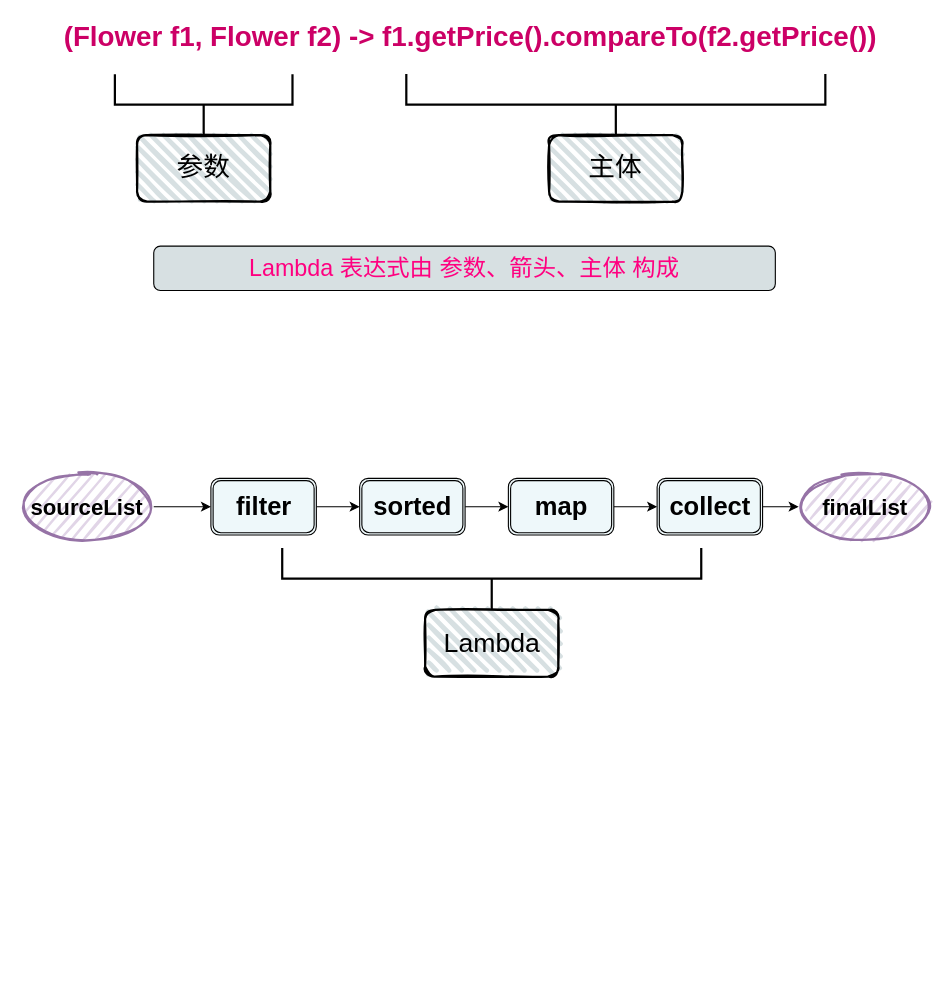
Before: Lambda.drawio in C-wx/MindManager, a draw.io diagram. Source tidied: cells renumbered, new cells numbered last; positions are measured from the earlier drawing's top-left corner, leaving out a move shared by most shapes. Both pictures are drawn from the tidied source at 111%, with x=0, y=0 at pixel (20, -105).
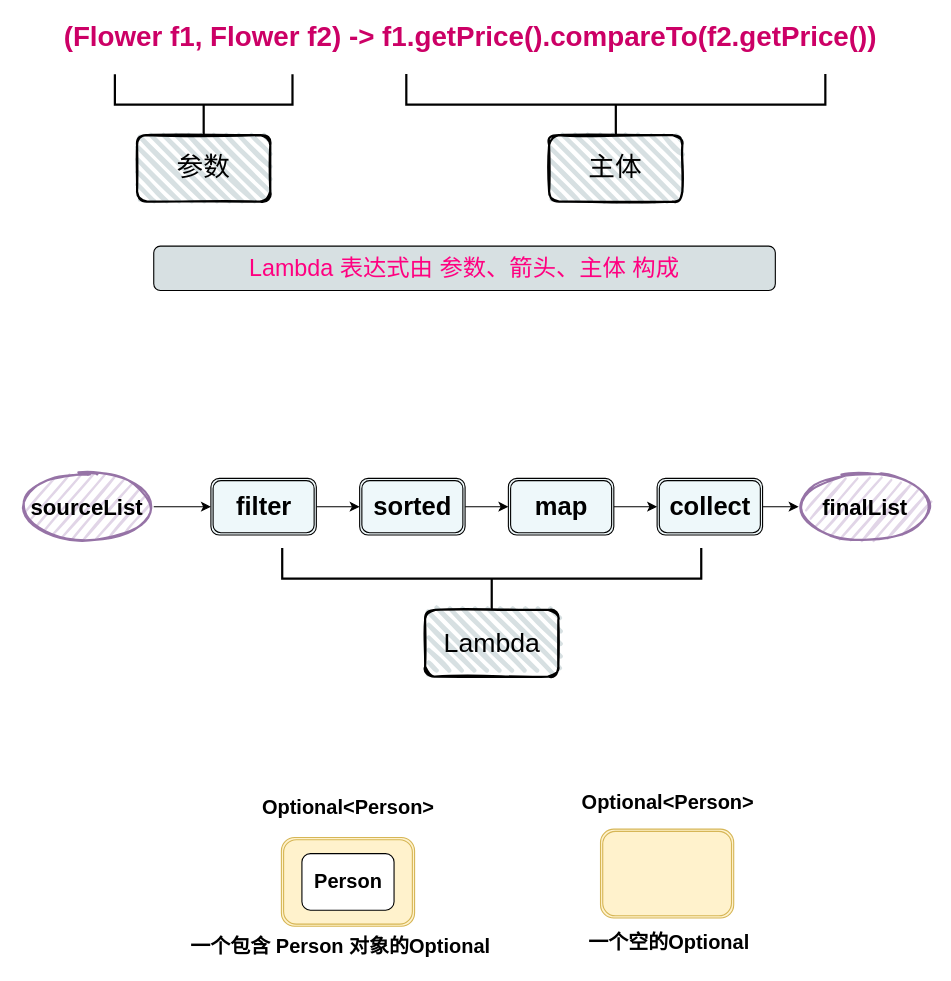
After the change.

The edit, as a diff of the source:
```diff
@@
+    <mxCell id="21" style="shape=ext;double=1;rounded=1;whiteSpace=wrap;html=1;fontSize=18;fontStyle=1;fillColor=#fff2cc;strokeColor=#d6b656;" parent="1" vertex="1">
+      <mxGeometry x="235" y="849" width="120" height="80" as="geometry" />
+    </mxCell>
+    <mxCell id="22" value="Person" style="rounded=1;whiteSpace=wrap;html=1;fontSize=18;fontStyle=1;" parent="1" vertex="1">
+      <mxGeometry x="253.5" y="863.5" width="83" height="51" as="geometry" />
+    </mxCell>
+    <mxCell id="23" style="shape=ext;double=1;rounded=1;whiteSpace=wrap;html=1;fontSize=18;fontStyle=1;fillColor=#fff2cc;strokeColor=#d6b656;" parent="1" vertex="1">
+      <mxGeometry x="522.5" y="841.5" width="120" height="80" as="geometry" />
+    </mxCell>
+    <mxCell id="24" value="Optional&amp;lt;Person&amp;gt;" style="text;html=1;align=center;verticalAlign=middle;fontSize=18;fontStyle=1;" parent="1" vertex="1">
+      <mxGeometry x="212.5" y="809" width="165" height="26" as="geometry" />
+    </mxCell>
+    <mxCell id="25" value="Optional&amp;lt;Person&amp;gt;" style="text;html=1;align=center;verticalAlign=middle;fontSize=18;fontStyle=1;" parent="1" vertex="1">
+      <mxGeometry x="500" y="804.5" width="165" height="26" as="geometry" />
+    </mxCell>
+    <mxCell id="26" value="一个包含 Person 对象的Optional" style="text;html=1;align=center;verticalAlign=middle;fontSize=18;fontStyle=1;" parent="1" vertex="1">
+      <mxGeometry x="148" y="935" width="280" height="26" as="geometry" />
+    </mxCell>
+    <mxCell id="27" value="一个空的Optional" style="text;html=1;align=center;verticalAlign=middle;fontSize=18;fontStyle=1;" parent="1" vertex="1">
+      <mxGeometry x="506" y="930.5" width="155" height="26" as="geometry" />
+    </mxCell>
```
